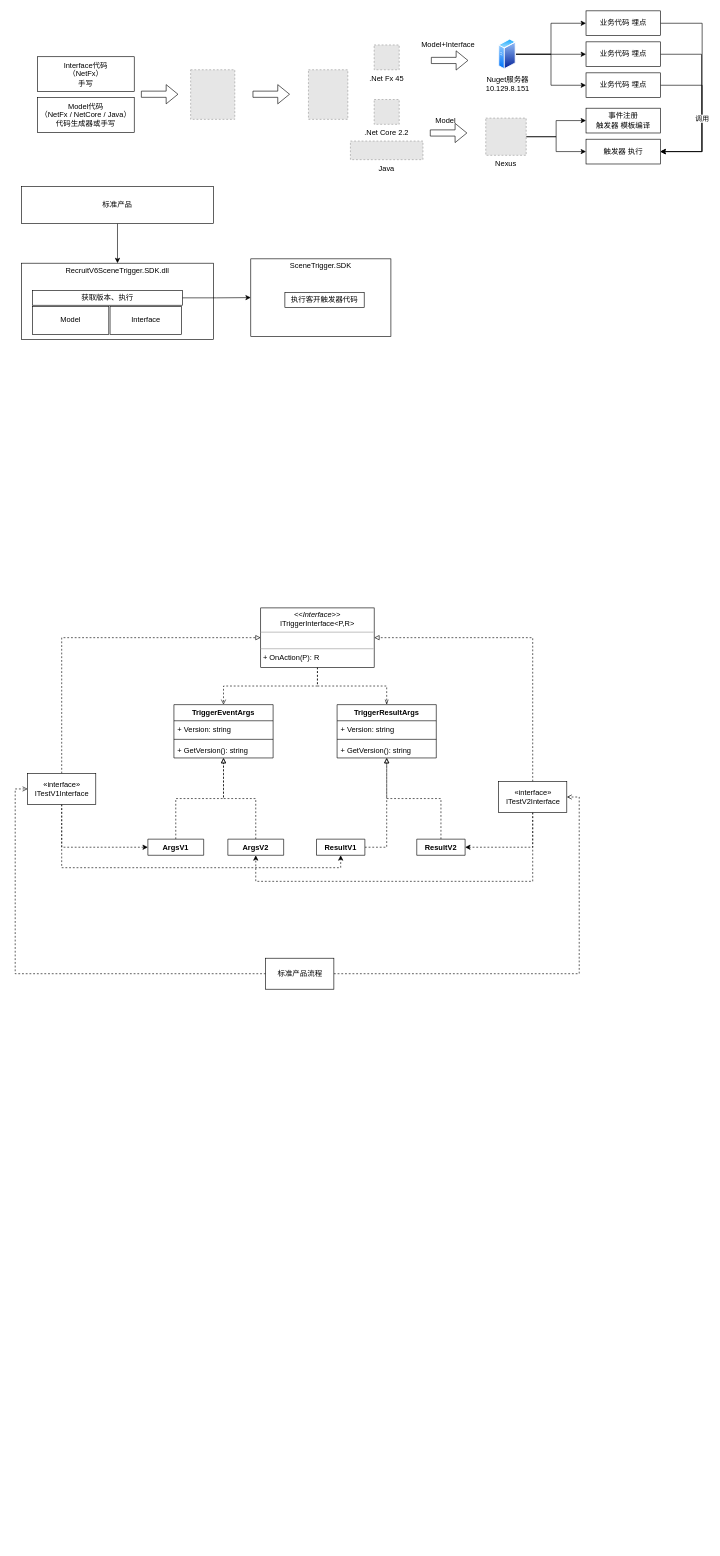
This is 场景触发器使用.drawio from Lucas20029/MyDiagrams, a draw.io file, before an edit. Source tidied: cells renumbered, new cells numbered last; positions are measured from the earlier drawing's top-left corner, leaving out a move shared by most shapes. Both pictures are drawn from the tidied source at 62%, with x=0, y=0 at pixel (21, 11). Pictures stored in the file or linked from it are replaced by grey dashed boxes.
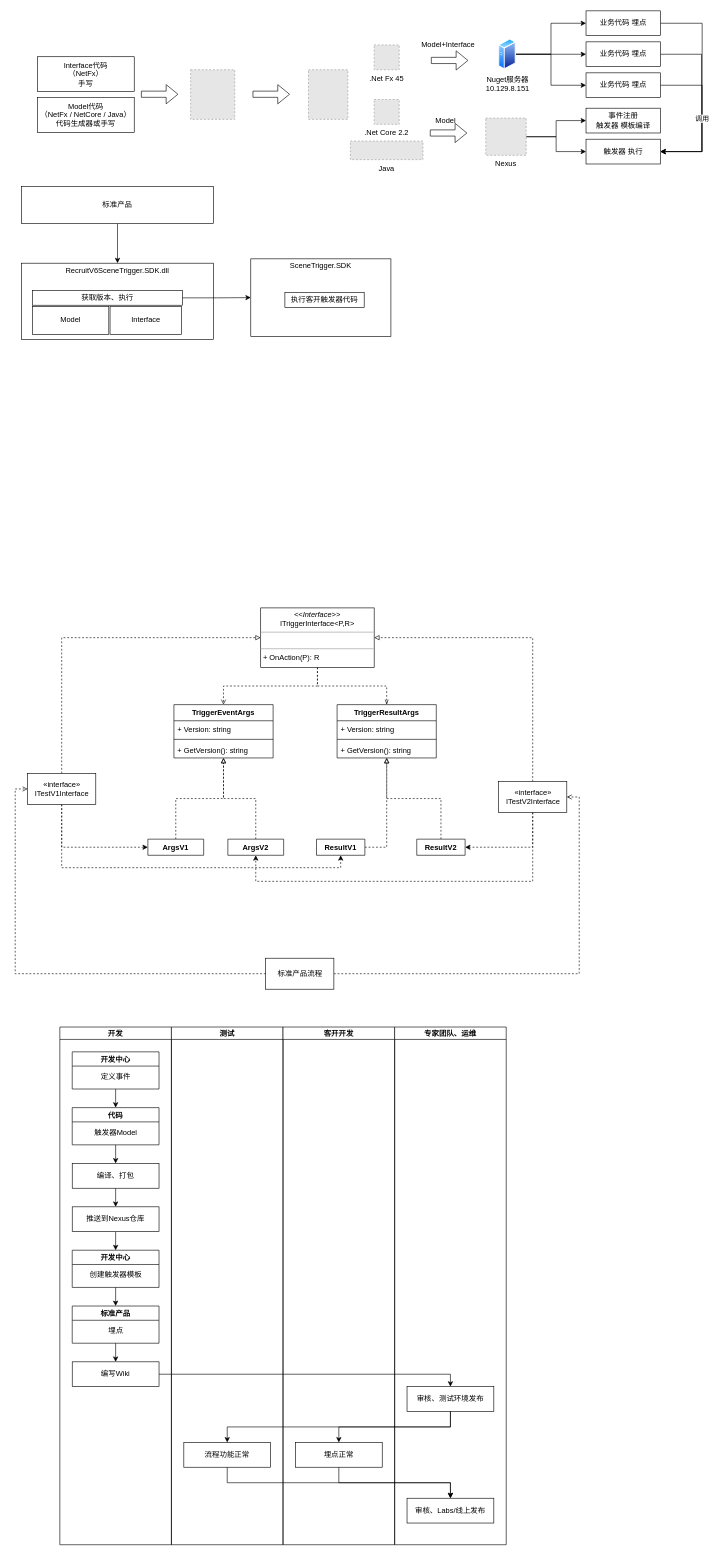
The same diagram, later.

Commit message:
Update 场景触发器使用.drawio

Change to the diagram source:
```diff
@@
+    <mxCell id="73" value="开发" style="swimlane;startSize=20;" parent="1" vertex="1">
+      <mxGeometry x="62" y="1639" width="180" height="835" as="geometry" />
+    </mxCell>
+    <mxCell id="74" style="edgeStyle=orthogonalEdgeStyle;rounded=0;jettySize=auto;html=1;exitX=0.5;exitY=1;exitDx=0;exitDy=0;entryX=0.5;entryY=0;entryDx=0;entryDy=0;" parent="73" edge="1" source="75" target="78">
+      <mxGeometry relative="1" as="geometry" />
+    </mxCell>
+    <mxCell id="75" value="开发中心" style="swimlane;" parent="73" vertex="1">
+      <mxGeometry x="20" y="40" width="140" height="60" as="geometry" />
+    </mxCell>
+    <mxCell id="76" value="定义事件" style="text;html=1;align=center;verticalAlign=middle;" parent="75" vertex="1">
+      <mxGeometry x="40" y="30" width="60" height="20" as="geometry" />
+    </mxCell>
+    <mxCell id="77" style="edgeStyle=orthogonalEdgeStyle;rounded=0;jettySize=auto;html=1;exitX=0.5;exitY=1;exitDx=0;exitDy=0;entryX=0.5;entryY=0;entryDx=0;entryDy=0;" parent="73" edge="1" source="78" target="81">
+      <mxGeometry relative="1" as="geometry" />
+    </mxCell>
+    <mxCell id="78" value="代码" style="swimlane;" parent="73" vertex="1">
+      <mxGeometry x="20" y="130" width="140" height="60" as="geometry" />
+    </mxCell>
+    <mxCell id="79" value="触发器Model" style="text;html=1;align=center;verticalAlign=middle;" parent="78" vertex="1">
+      <mxGeometry x="30" y="30" width="80" height="20" as="geometry" />
+    </mxCell>
+    <mxCell id="80" style="edgeStyle=orthogonalEdgeStyle;rounded=0;jettySize=auto;html=1;exitX=0.5;exitY=1;exitDx=0;exitDy=0;entryX=0.5;entryY=0;entryDx=0;entryDy=0;" parent="73" edge="1" source="81" target="83">
+      <mxGeometry relative="1" as="geometry" />
+    </mxCell>
+    <mxCell id="81" value="编译、打包" style="rounded=0;whiteSpace=wrap;html=1;" parent="73" vertex="1">
+      <mxGeometry x="20" y="220" width="140" height="40" as="geometry" />
+    </mxCell>
+    <mxCell id="82" style="edgeStyle=orthogonalEdgeStyle;rounded=0;jettySize=auto;html=1;exitX=0.5;exitY=1;exitDx=0;exitDy=0;entryX=0.5;entryY=0;entryDx=0;entryDy=0;" parent="73" edge="1" source="83" target="85">
+      <mxGeometry relative="1" as="geometry" />
+    </mxCell>
+    <mxCell id="83" value="推送到Nexus仓库" style="rounded=0;whiteSpace=wrap;html=1;" parent="73" vertex="1">
+      <mxGeometry x="20" y="290" width="140" height="40" as="geometry" />
+    </mxCell>
+    <mxCell id="84" style="edgeStyle=orthogonalEdgeStyle;rounded=0;jettySize=auto;html=1;exitX=0.5;exitY=1;exitDx=0;exitDy=0;entryX=0.5;entryY=0;entryDx=0;entryDy=0;" parent="73" edge="1" source="85" target="88">
+      <mxGeometry relative="1" as="geometry" />
+    </mxCell>
+    <mxCell id="85" value="开发中心" style="swimlane;" parent="73" vertex="1">
+      <mxGeometry x="20" y="360" width="140" height="60" as="geometry" />
+    </mxCell>
+    <mxCell id="86" value="创建触发器模板" style="text;html=1;align=center;verticalAlign=middle;" parent="85" vertex="1">
+      <mxGeometry x="20" y="30" width="100" height="20" as="geometry" />
+    </mxCell>
+    <mxCell id="87" style="edgeStyle=orthogonalEdgeStyle;rounded=0;jettySize=auto;html=1;exitX=0.5;exitY=1;exitDx=0;exitDy=0;entryX=0.5;entryY=0;entryDx=0;entryDy=0;" parent="73" edge="1" source="88" target="90">
+      <mxGeometry relative="1" as="geometry" />
+    </mxCell>
+    <mxCell id="88" value="标准产品" style="swimlane;" parent="73" vertex="1">
+      <mxGeometry x="20" y="450" width="140" height="60" as="geometry" />
+    </mxCell>
+    <mxCell id="89" value="埋点" style="text;html=1;align=center;verticalAlign=middle;" parent="88" vertex="1">
+      <mxGeometry x="50" y="30" width="40" height="20" as="geometry" />
+    </mxCell>
+    <mxCell id="90" value="编写Wiki" style="rounded=0;whiteSpace=wrap;html=1;" parent="73" vertex="1">
+      <mxGeometry x="20" y="540" width="140" height="40" as="geometry" />
+    </mxCell>
+    <mxCell id="91" value="测试" style="swimlane;startSize=20;" parent="1" vertex="1">
+      <mxGeometry x="242" y="1639" width="180" height="835" as="geometry" />
+    </mxCell>
+    <mxCell id="92" value="流程功能正常" style="rounded=0;whiteSpace=wrap;html=1;" parent="91" vertex="1">
+      <mxGeometry x="20" y="670" width="140" height="40" as="geometry" />
+    </mxCell>
+    <mxCell id="93" value="客开开发" style="swimlane;startSize=20;" parent="1" vertex="1">
+      <mxGeometry x="422" y="1639" width="180" height="835" as="geometry" />
+    </mxCell>
+    <mxCell id="94" value="埋点正常" style="rounded=0;whiteSpace=wrap;html=1;" parent="93" vertex="1">
+      <mxGeometry x="20" y="670" width="140" height="40" as="geometry" />
+    </mxCell>
+    <mxCell id="95" value="专家团队、运维" style="swimlane;startSize=20;" parent="1" vertex="1">
+      <mxGeometry x="602" y="1639" width="180" height="835" as="geometry" />
+    </mxCell>
+    <mxCell id="96" value="审核、Labs/线上发布" style="rounded=0;whiteSpace=wrap;html=1;" parent="95" vertex="1">
+      <mxGeometry x="20" y="760" width="140" height="40" as="geometry" />
+    </mxCell>
+    <mxCell id="97" value="审核、测试环境发布" style="rounded=0;whiteSpace=wrap;html=1;" parent="95" vertex="1">
+      <mxGeometry x="20" y="580" width="140" height="40" as="geometry" />
+    </mxCell>
+    <mxCell id="98" style="edgeStyle=orthogonalEdgeStyle;rounded=0;jettySize=auto;html=1;exitX=0.5;exitY=1;exitDx=0;exitDy=0;entryX=0.5;entryY=0;entryDx=0;entryDy=0;" parent="1" edge="1" source="94" target="96">
+      <mxGeometry relative="1" as="geometry" />
+    </mxCell>
+    <mxCell id="99" style="edgeStyle=orthogonalEdgeStyle;rounded=0;jettySize=auto;html=1;exitX=0.5;exitY=1;exitDx=0;exitDy=0;entryX=0.5;entryY=0;entryDx=0;entryDy=0;" parent="1" edge="1" source="92" target="96">
+      <mxGeometry relative="1" as="geometry" />
+    </mxCell>
+    <mxCell id="100" style="edgeStyle=orthogonalEdgeStyle;rounded=0;jettySize=auto;html=1;exitX=1;exitY=0.5;exitDx=0;exitDy=0;entryX=0.5;entryY=0;entryDx=0;entryDy=0;" parent="1" edge="1" source="90" target="97">
+      <mxGeometry relative="1" as="geometry" />
+    </mxCell>
+    <mxCell id="101" style="edgeStyle=orthogonalEdgeStyle;rounded=0;jettySize=auto;html=1;exitX=0.5;exitY=1;exitDx=0;exitDy=0;" parent="1" edge="1" source="97" target="92">
+      <mxGeometry relative="1" as="geometry" />
+    </mxCell>
+    <mxCell id="102" style="edgeStyle=orthogonalEdgeStyle;rounded=0;jettySize=auto;html=1;exitX=0.5;exitY=1;exitDx=0;exitDy=0;" parent="1" edge="1" source="97" target="94">
+      <mxGeometry relative="1" as="geometry" />
+    </mxCell>
```
